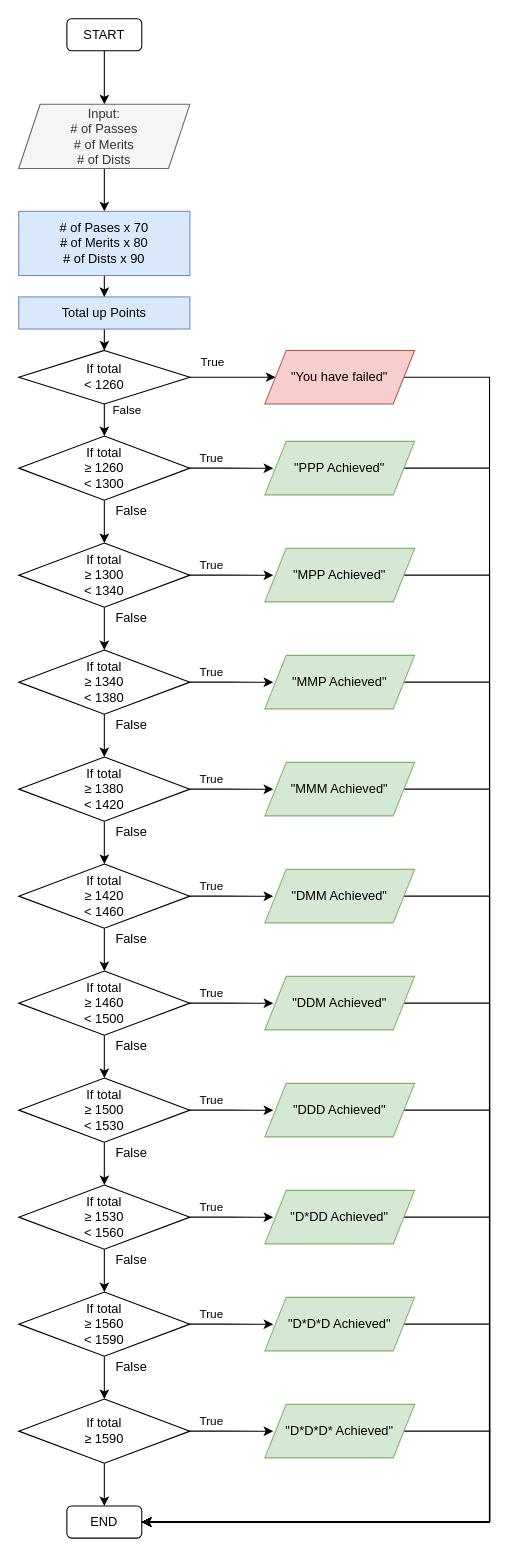
The draw.io diagram Tasks/U6A2 P6 Flowchart.drawio in solcol/btec-grade-calculator, before the edit. Source tidied: cells renumbered, new cells numbered last; positions are measured from the earlier drawing's top-left corner, leaving out a move shared by most shapes. Both pictures are drawn from the tidied source at 107%, with x=0, y=0 at pixel (18, 18).
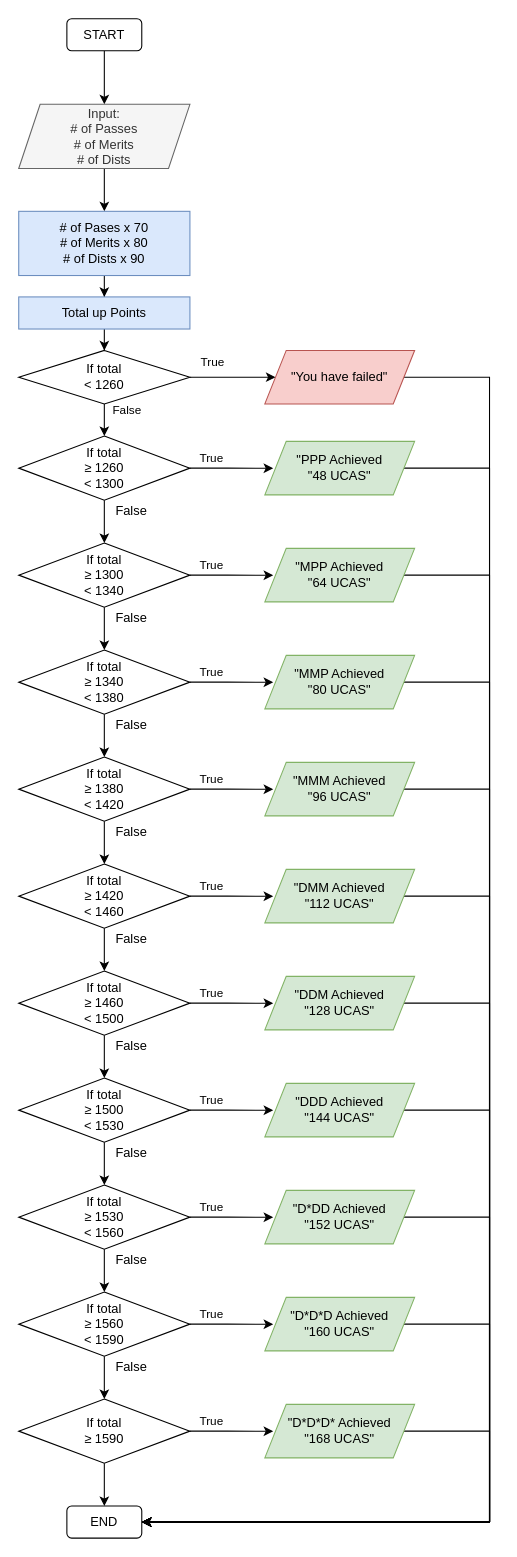
Above is the later version.

Commit message (it also covers changes not shown here):
add UCAS points to tasks

Diff of the diagram source:
```diff
@@
-    <mxCell id="22" value="&quot;PPP Achieved&quot;" style="shape=parallelogram;perimeter=parallelogramPerimeter;whiteSpace=wrap;html=1;fixedSize=1;fillColor=#d5e8d4;strokeColor=#82b366;" parent="1" vertex="1">
+    <mxCell id="22" value="&quot;PPP Achieved&lt;br&gt;&lt;div&gt;&quot;48 UCAS&quot;&lt;/div&gt;" style="shape=parallelogram;perimeter=parallelogramPerimeter;whiteSpace=wrap;html=1;fixedSize=1;fillColor=#d5e8d4;strokeColor=#82b366;" parent="1" vertex="1">
       <mxGeometry x="230" y="395" width="140" height="50" as="geometry" />
     </mxCell>
@@
-    <mxCell id="29" value="&quot;MPP Achieved&quot;" style="shape=parallelogram;perimeter=parallelogramPerimeter;whiteSpace=wrap;html=1;fixedSize=1;fillColor=#d5e8d4;strokeColor=#82b366;" parent="1" vertex="1">
+    <mxCell id="29" value="&quot;MPP Achieved&lt;br&gt;&quot;64 UCAS&quot;" style="shape=parallelogram;perimeter=parallelogramPerimeter;whiteSpace=wrap;html=1;fixedSize=1;fillColor=#d5e8d4;strokeColor=#82b366;" parent="1" vertex="1">
       <mxGeometry x="230" y="495" width="140" height="50" as="geometry" />
     </mxCell>
@@
-    <mxCell id="36" value="&quot;MMP Achieved&quot;" style="shape=parallelogram;perimeter=parallelogramPerimeter;whiteSpace=wrap;html=1;fixedSize=1;fillColor=#d5e8d4;strokeColor=#82b366;" parent="1" vertex="1">
+    <mxCell id="36" value="&quot;MMP Achieved&lt;br&gt;&lt;div&gt;&quot;80 UCAS&quot;&lt;/div&gt;" style="shape=parallelogram;perimeter=parallelogramPerimeter;whiteSpace=wrap;html=1;fixedSize=1;fillColor=#d5e8d4;strokeColor=#82b366;" parent="1" vertex="1">
       <mxGeometry x="230" y="595" width="140" height="50" as="geometry" />
     </mxCell>
@@
-    <mxCell id="43" value="&quot;MMM Achieved&quot;" style="shape=parallelogram;perimeter=parallelogramPerimeter;whiteSpace=wrap;html=1;fixedSize=1;fillColor=#d5e8d4;strokeColor=#82b366;" parent="1" vertex="1">
+    <mxCell id="43" value="&quot;MMM Achieved&lt;br&gt;&quot;96 UCAS&quot;" style="shape=parallelogram;perimeter=parallelogramPerimeter;whiteSpace=wrap;html=1;fixedSize=1;fillColor=#d5e8d4;strokeColor=#82b366;" parent="1" vertex="1">
       <mxGeometry x="230" y="695" width="140" height="50" as="geometry" />
     </mxCell>
@@
-    <mxCell id="50" value="&quot;DMM Achieved&quot;" style="shape=parallelogram;perimeter=parallelogramPerimeter;whiteSpace=wrap;html=1;fixedSize=1;fillColor=#d5e8d4;strokeColor=#82b366;" parent="1" vertex="1">
+    <mxCell id="50" value="&quot;DMM Achieved&lt;br&gt;&quot;112 UCAS&quot;" style="shape=parallelogram;perimeter=parallelogramPerimeter;whiteSpace=wrap;html=1;fixedSize=1;fillColor=#d5e8d4;strokeColor=#82b366;" parent="1" vertex="1">
       <mxGeometry x="230" y="795" width="140" height="50" as="geometry" />
     </mxCell>
@@
-    <mxCell id="57" value="&quot;DDM Achieved&quot;" style="shape=parallelogram;perimeter=parallelogramPerimeter;whiteSpace=wrap;html=1;fixedSize=1;fillColor=#d5e8d4;strokeColor=#82b366;" parent="1" vertex="1">
+    <mxCell id="57" value="&quot;DDM Achieved&lt;br&gt;&quot;128 UCAS&quot;" style="shape=parallelogram;perimeter=parallelogramPerimeter;whiteSpace=wrap;html=1;fixedSize=1;fillColor=#d5e8d4;strokeColor=#82b366;" parent="1" vertex="1">
       <mxGeometry x="230" y="895" width="140" height="50" as="geometry" />
     </mxCell>
@@
-    <mxCell id="64" value="&quot;DDD Achieved&quot;" style="shape=parallelogram;perimeter=parallelogramPerimeter;whiteSpace=wrap;html=1;fixedSize=1;fillColor=#d5e8d4;strokeColor=#82b366;" parent="1" vertex="1">
+    <mxCell id="64" value="&quot;DDD Achieved&lt;br&gt;&quot;144 UCAS&quot;" style="shape=parallelogram;perimeter=parallelogramPerimeter;whiteSpace=wrap;html=1;fixedSize=1;fillColor=#d5e8d4;strokeColor=#82b366;" parent="1" vertex="1">
       <mxGeometry x="230" y="995" width="140" height="50" as="geometry" />
     </mxCell>
@@
-    <mxCell id="71" value="&quot;D*DD Achieved&quot;" style="shape=parallelogram;perimeter=parallelogramPerimeter;whiteSpace=wrap;html=1;fixedSize=1;fillColor=#d5e8d4;strokeColor=#82b366;" parent="1" vertex="1">
+    <mxCell id="71" value="&quot;D*DD Achieved&lt;br&gt;&quot;152 UCAS&quot;" style="shape=parallelogram;perimeter=parallelogramPerimeter;whiteSpace=wrap;html=1;fixedSize=1;fillColor=#d5e8d4;strokeColor=#82b366;" parent="1" vertex="1">
       <mxGeometry x="230" y="1095" width="140" height="50" as="geometry" />
     </mxCell>
@@
-    <mxCell id="78" value="&quot;D*D*D Achieved&quot;" style="shape=parallelogram;perimeter=parallelogramPerimeter;whiteSpace=wrap;html=1;fixedSize=1;fillColor=#d5e8d4;strokeColor=#82b366;" parent="1" vertex="1">
+    <mxCell id="78" value="&quot;D*D*D Achieved&lt;br&gt;&quot;160 UCAS&quot;" style="shape=parallelogram;perimeter=parallelogramPerimeter;whiteSpace=wrap;html=1;fixedSize=1;fillColor=#d5e8d4;strokeColor=#82b366;" parent="1" vertex="1">
       <mxGeometry x="230" y="1195" width="140" height="50" as="geometry" />
     </mxCell>
@@
-    <mxCell id="85" value="&quot;D*D*D* Achieved&quot;" style="shape=parallelogram;perimeter=parallelogramPerimeter;whiteSpace=wrap;html=1;fixedSize=1;fillColor=#d5e8d4;strokeColor=#82b366;" parent="1" vertex="1">
+    <mxCell id="85" value="&quot;D*D*D* Achieved&lt;br&gt;&quot;168 UCAS&quot;" style="shape=parallelogram;perimeter=parallelogramPerimeter;whiteSpace=wrap;html=1;fixedSize=1;fillColor=#d5e8d4;strokeColor=#82b366;" parent="1" vertex="1">
       <mxGeometry x="230" y="1295" width="140" height="50" as="geometry" />
     </mxCell>
```
